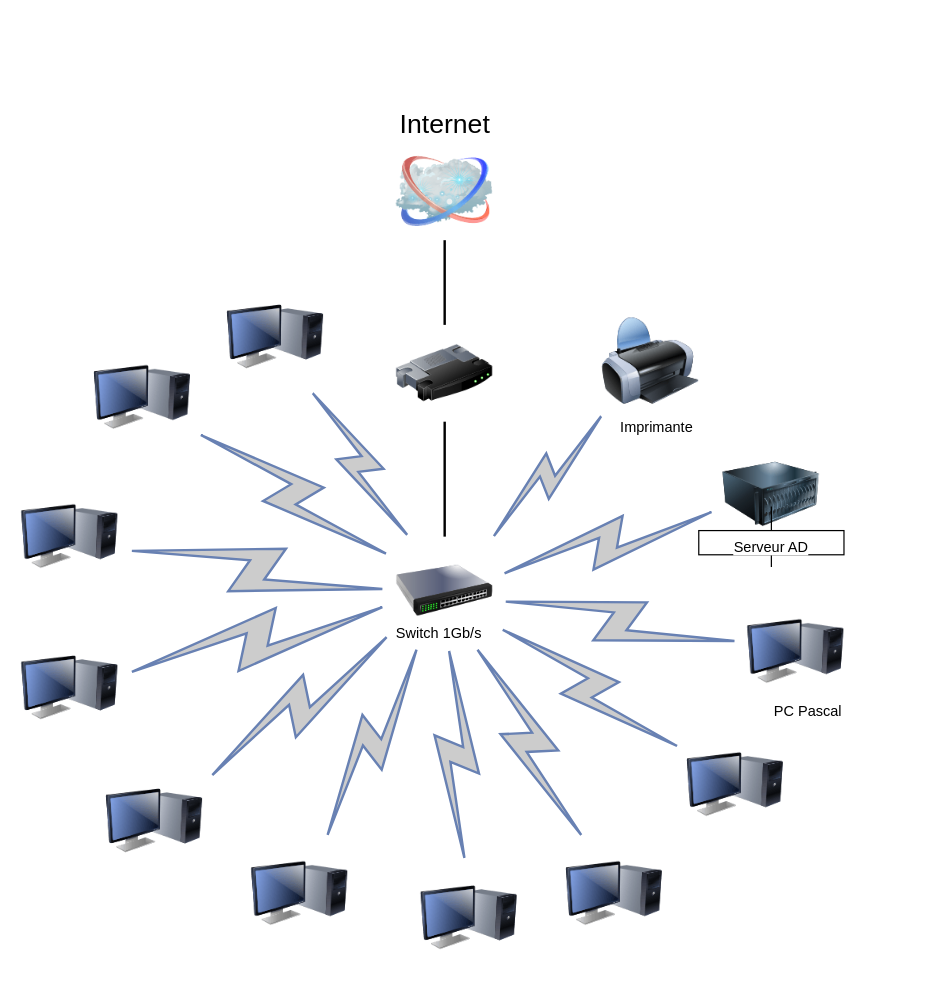
Before: Diagramme sans nom.drawio in Emusimbwa/Etsha-Musimbwa, a draw.io diagram. Source tidied: cells renumbered, new cells numbered last; positions are measured from the earlier drawing's top-left corner, leaving out a move shared by most shapes. Both pictures are drawn from the tidied source at 121%, with x=0, y=0 at pixel (21, 143).
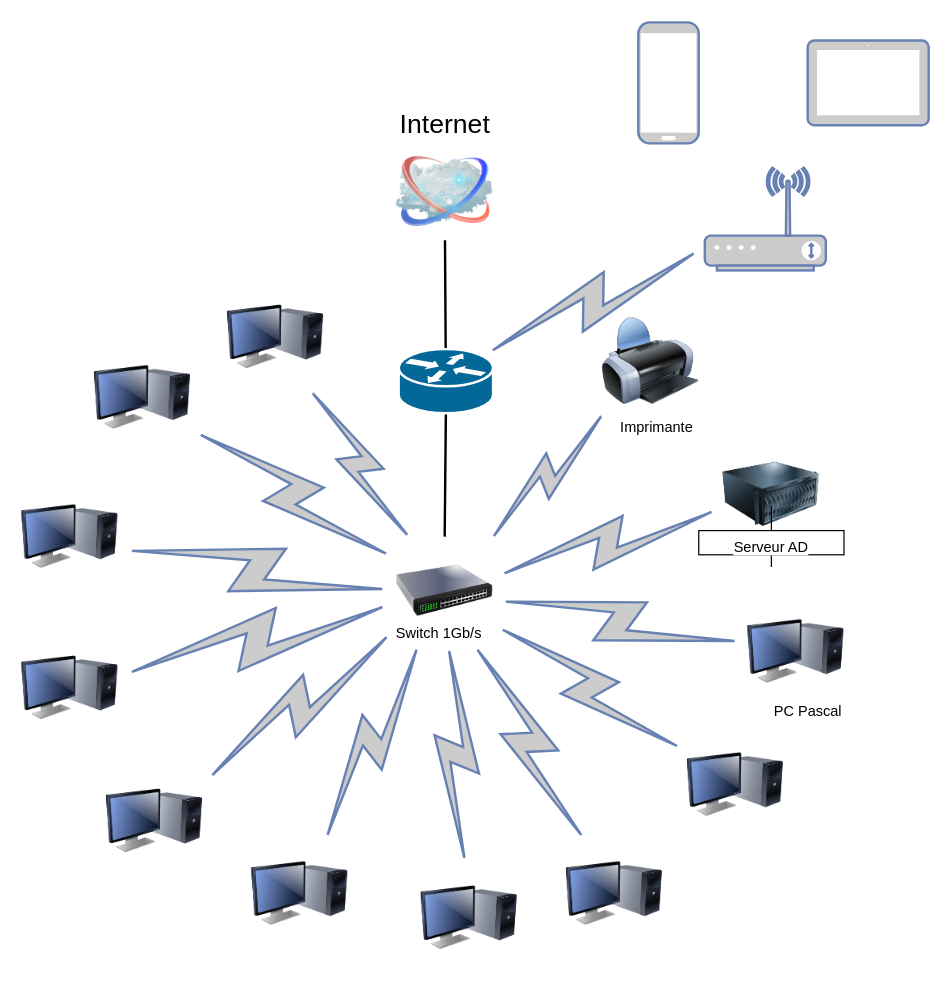
The same diagram, later.

Commit message:
Definition_infra_reseau

The change refers to these unchanged cells:
```xml
<mxCell id="3" value="Internet" style="image;html=1;labelBackgroundColor=#ffffff;image=img/lib/clip_art/networking/Cloud_128x128.png;rounded=1;shadow=0;comic=0;strokeWidth=2;fontSize=22;labelPosition=center;verticalLabelPosition=top;align=center;verticalAlign=bottom;" parent="1" vertex="1">
  <mxGeometry x="310" width="80" height="80" as="geometry" />
</mxCell>
```

Change to the diagram source:
```diff
@@
-    <mxCell id="2" style="edgeStyle=none;rounded=0;html=1;labelBackgroundColor=none;endArrow=none;strokeWidth=2;fontFamily=Verdana;fontSize=22;" parent="1" edge="1">
+    <mxCell id="2" style="edgeStyle=none;rounded=0;html=1;labelBackgroundColor=none;endArrow=none;strokeWidth=2;fontFamily=Verdana;fontSize=22;entryX=0.5;entryY=1;entryDx=0;entryDy=0;entryPerimeter=0;" parent="1" edge="1" target="36">
       <mxGeometry relative="1" as="geometry">
         <mxPoint x="350" y="325" as="sourcePoint" />
-        <mxPoint x="350" y="230" as="targetPoint" />
       </mxGeometry>
     </mxCell>
@@
-    <mxCell id="4" style="edgeStyle=none;rounded=0;html=1;labelBackgroundColor=none;endArrow=none;strokeWidth=2;fontFamily=Verdana;fontSize=22;" parent="1" edge="1" target="3">
-      <mxGeometry relative="1" as="geometry">
-        <mxPoint x="350" y="150" as="sourcePoint" />
-      </mxGeometry>
+    <mxCell id="4" style="edgeStyle=none;rounded=0;html=1;labelBackgroundColor=none;endArrow=none;strokeWidth=2;fontFamily=Verdana;fontSize=22;" parent="1" edge="1" source="36" target="3">
+      <mxGeometry relative="1" as="geometry" />
     </mxCell>
@@
-    <mxCell id="12" style="image;html=1;image=img/lib/clip_art/networking/Router_128x128.png;" parent="1" vertex="1">
-      <mxGeometry x="310" y="150" width="80" height="80" as="geometry" />
-    </mxCell>
@@
+    <mxCell id="36" style="shape=mxgraph.cisco.routers.router;sketch=0;html=1;dashed=0;fillColor=#036897;strokeColor=#ffffff;strokeWidth=2;verticalLabelPosition=bottom;verticalAlign=top;align=center;outlineConnect=0;fontSize=16;" parent="1" vertex="1">
+      <mxGeometry x="312" y="170" width="78" height="53" as="geometry" />
+    </mxCell>
+    <mxCell id="37" style="fontColor=#0066CC;verticalAlign=top;verticalLabelPosition=bottom;labelPosition=center;align=center;html=1;outlineConnect=0;fillColor=#CCCCCC;strokeColor=#6881B3;gradientColor=none;gradientDirection=north;strokeWidth=2;shape=mxgraph.networks.wireless_modem;fontSize=16;" parent="1" vertex="1">
+      <mxGeometry x="565" y="20" width="100" height="85" as="geometry" />
+    </mxCell>
+    <mxCell id="38" style="html=1;outlineConnect=0;fillColor=#CCCCCC;strokeColor=#6881B3;gradientColor=none;gradientDirection=north;strokeWidth=2;shape=mxgraph.networks.comm_link_edge;html=1;rounded=0;fontSize=12;startSize=8;endSize=8;curved=1;exitX=0.88;exitY=0.1;exitDx=0;exitDy=0;exitPerimeter=0;" parent="1" edge="1" source="36" target="37">
+      <mxGeometry relative="1" as="geometry" />
+    </mxCell>
+    <mxCell id="39" style="fontColor=#0066CC;verticalAlign=top;verticalLabelPosition=bottom;labelPosition=center;align=center;html=1;fillColor=#CCCCCC;strokeColor=#6881B3;gradientColor=none;gradientDirection=north;strokeWidth=2;shape=mxgraph.networks.mobile;fontSize=16;" parent="1" vertex="1">
+      <mxGeometry x="510" y="-100" width="50" height="100" as="geometry" />
+    </mxCell>
+    <mxCell id="40" style="fontColor=#0066CC;verticalAlign=top;verticalLabelPosition=bottom;labelPosition=center;align=center;html=1;fillColor=#CCCCCC;strokeColor=#6881B3;gradientColor=none;gradientDirection=north;strokeWidth=2;shape=mxgraph.networks.tablet;fontSize=16;" parent="1" vertex="1">
+      <mxGeometry x="650" y="-85" width="100" height="70" as="geometry" />
+    </mxCell>
```
